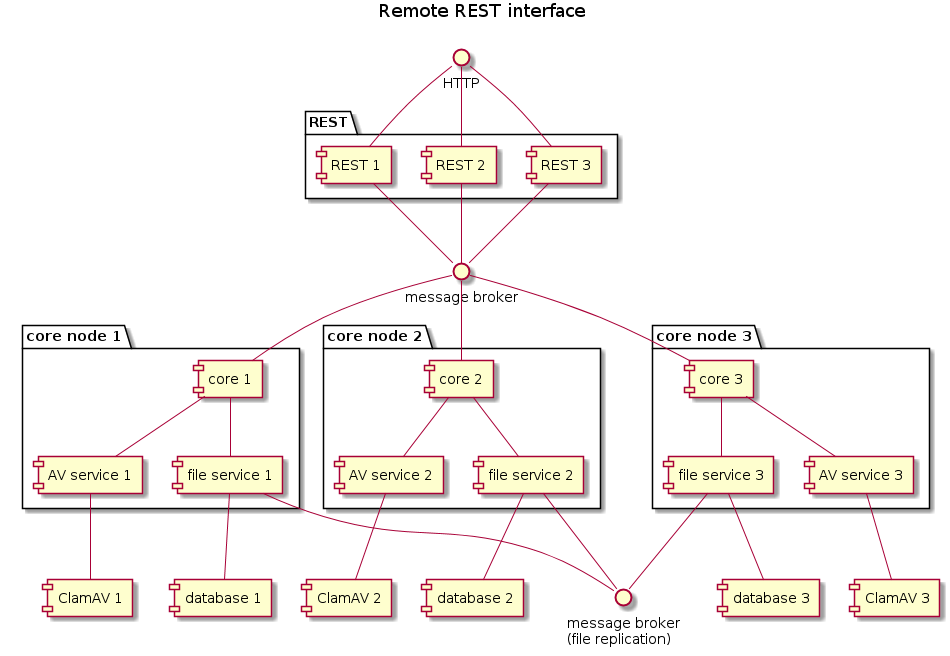
Before: docs/remoterestcomponent.png, a diagram exported from PlantUML (dvoraka/av-service).
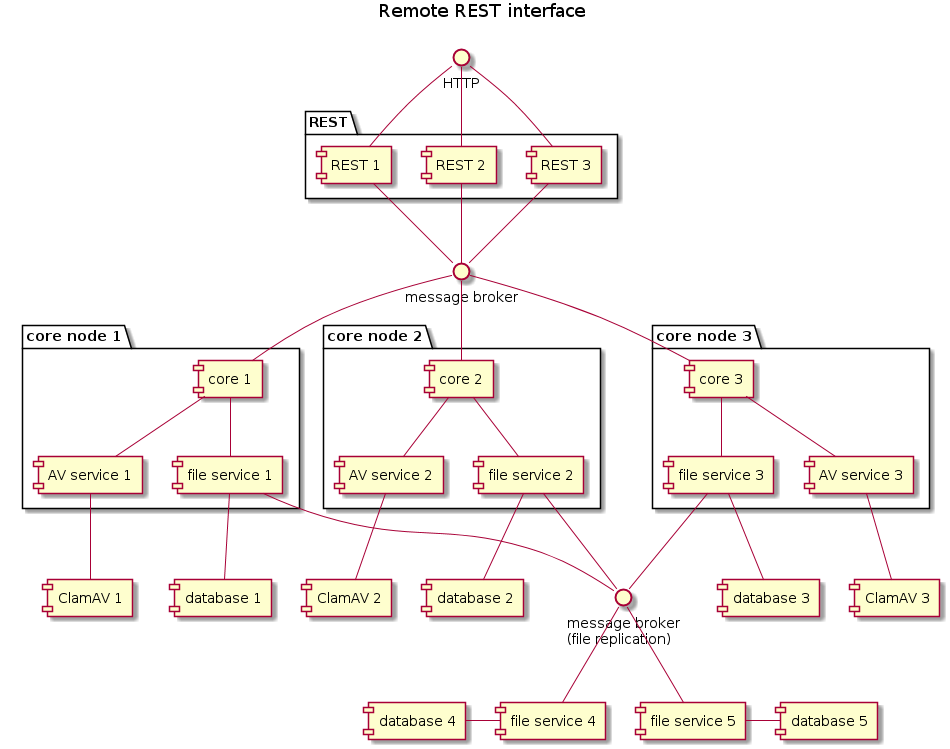
After the commit.

Diff of the diagram source:
```diff
@@ -62,5 +62,10 @@
 [file service 1] -- broker2
 [file service 2] -- broker2
 [file service 3] -- broker2
+[file service 4] -up- broker2
+[file service 5] -up- broker2
+
+[file service 4] -left- [database 4]
+[file service 5] - [database 5]
 
 @enduml
```
